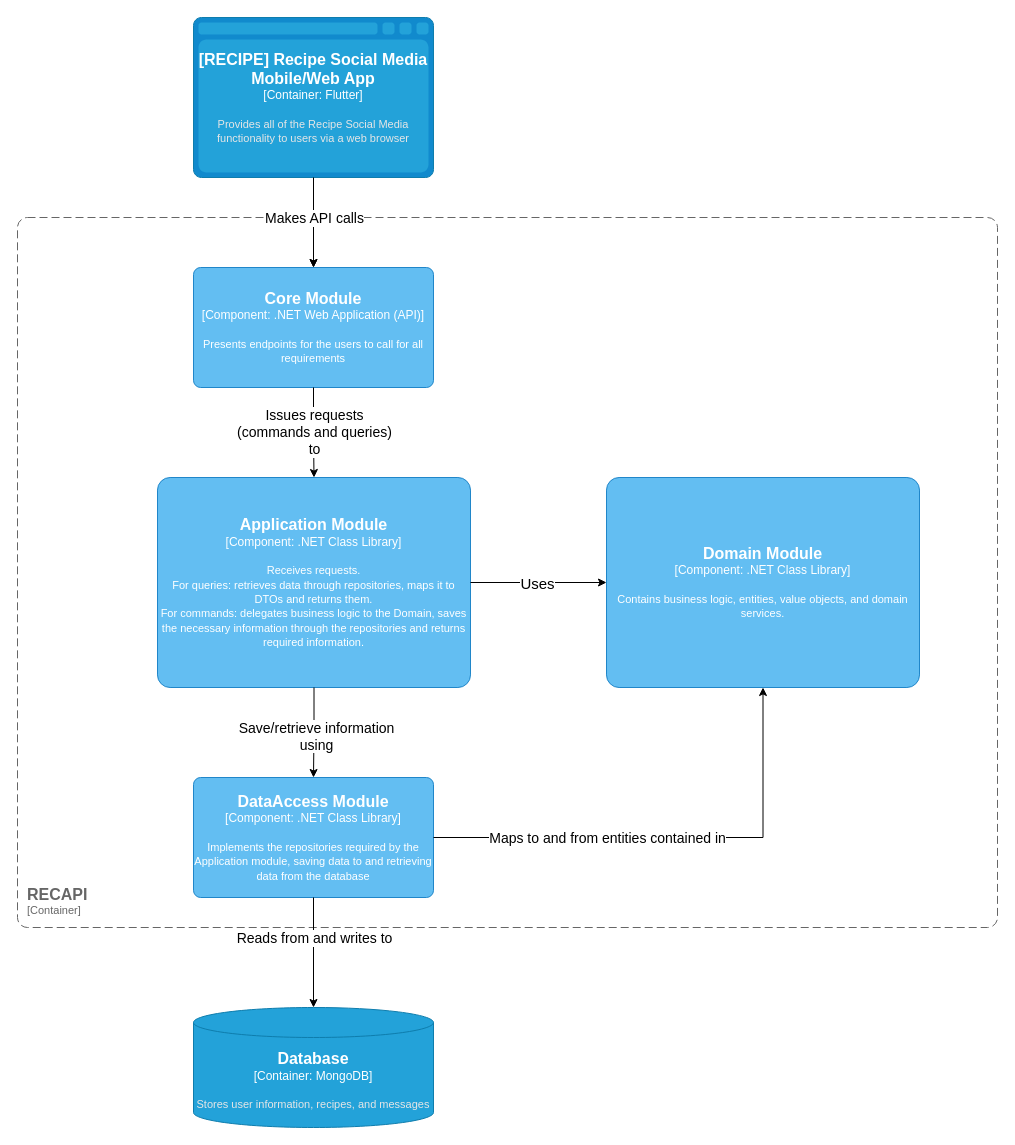
This is Diagrams/RECAPI Component Diagram.drawio from Andrei-Constantin-Programmer/LangfoodiAPI, a draw.io file, before an edit. Source tidied: cells renumbered, new cells numbered last; positions are measured from the earlier drawing's top-left corner, leaving out a move shared by most shapes. Both pictures are drawn from the tidied source at 100%, with x=0, y=0 at pixel (17, 17).
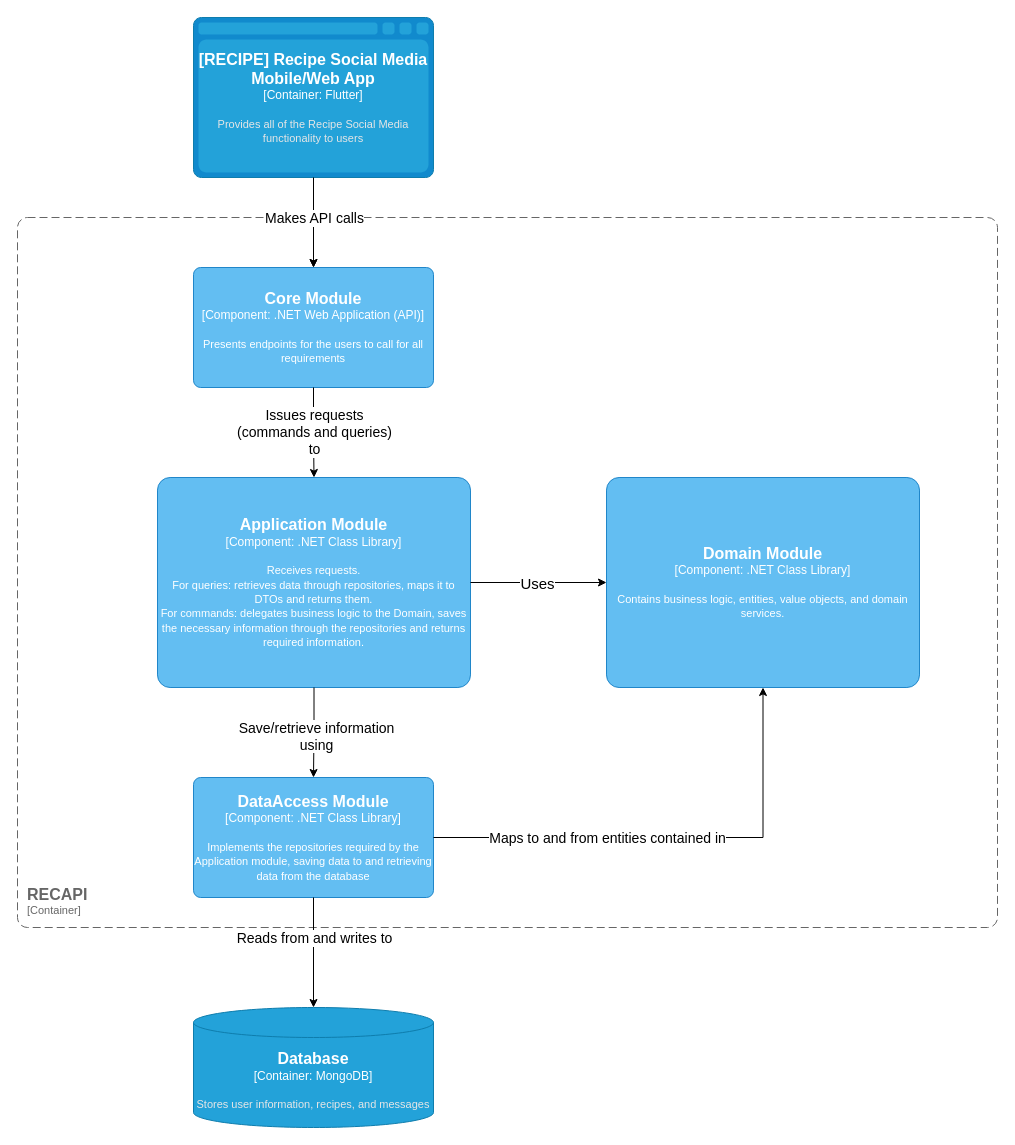
The same page after the edit.

Commit message (it also covers changes not shown here):
Slightly modified the description of the RECIPE component in the RECAPI Component Diagram

The edit, as a diff of the source:
```diff
@@
-    <object id="3" label="&lt;font style=&quot;font-size: 16px&quot;&gt;&lt;b&gt;%c4Type%&lt;/b&gt;&lt;/font&gt;&lt;div&gt;[%c4Container%:&amp;nbsp;%c4Technology%]&lt;/div&gt;&lt;br&gt;&lt;div&gt;&lt;font style=&quot;font-size: 11px&quot;&gt;&lt;font color=&quot;#E6E6E6&quot;&gt;%c4Description%&lt;/font&gt;&lt;/div&gt;" c4Container="Container" c4Description="Provides all of the Recipe Social Media functionality to users via a web browser" c4Technology="Flutter" c4Type="[RECIPE] Recipe Social Media Mobile/Web App" placeholders="1">
+    <object id="3" label="&lt;font style=&quot;font-size: 16px&quot;&gt;&lt;b&gt;%c4Type%&lt;/b&gt;&lt;/font&gt;&lt;div&gt;[%c4Container%:&amp;nbsp;%c4Technology%]&lt;/div&gt;&lt;br&gt;&lt;div&gt;&lt;font style=&quot;font-size: 11px&quot;&gt;&lt;font color=&quot;#E6E6E6&quot;&gt;%c4Description%&lt;/font&gt;&lt;/div&gt;" c4Container="Container" c4Description="Provides all of the Recipe Social Media functionality to users" c4Technology="Flutter" c4Type="[RECIPE] Recipe Social Media Mobile/Web App" placeholders="1">
       <mxCell style="shape=mxgraph.c4.webBrowserContainer2;whiteSpace=wrap;html=1;boundedLbl=1;rounded=0;labelBackgroundColor=none;strokeColor=#118ACD;fillColor=#23A2D9;strokeColor=#118ACD;strokeColor2=#0E7DAD;fontSize=12;fontColor=#ffffff;align=center;points=[[0.5,0,0],[1,0.25,0],[1,0.5,0],[1,0.75,0],[0.5,1,0],[0,0.75,0],[0,0.5,0],[0,0.25,0]];" parent="1" vertex="1">
         <mxGeometry x="176" width="240" height="160" as="geometry" />
       </mxCell>
     </object>
```
